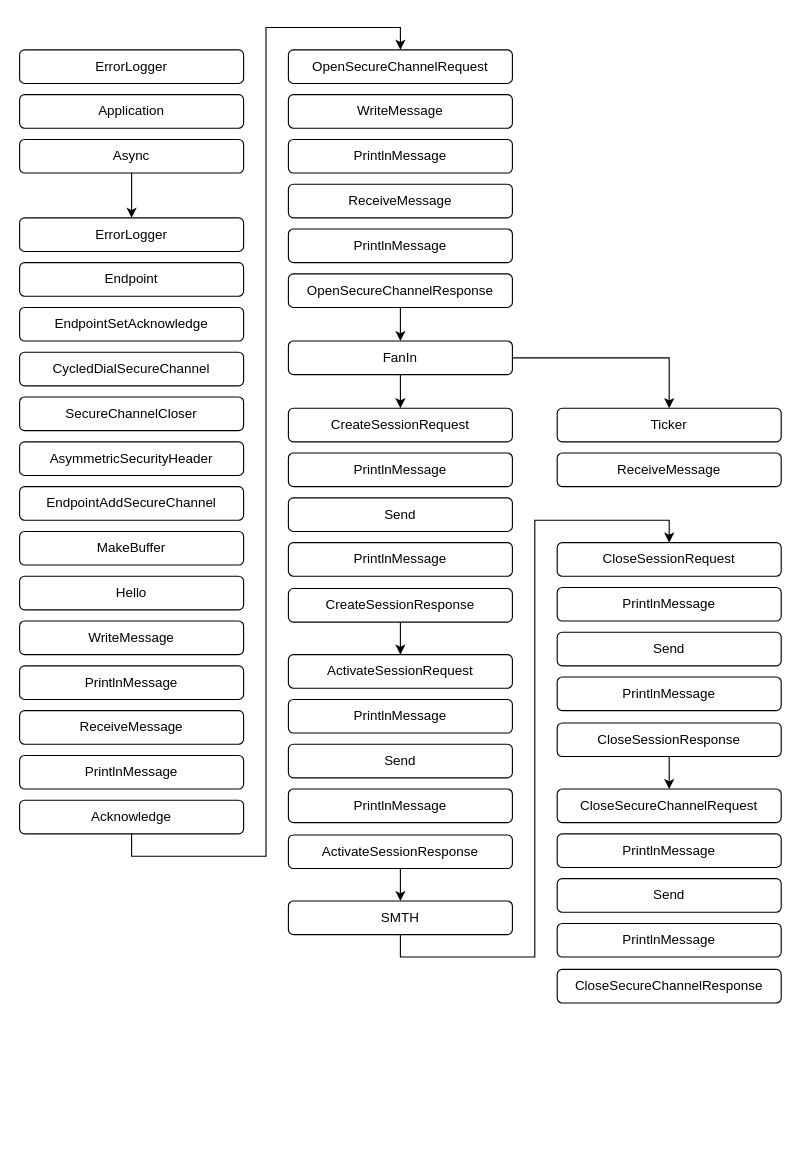
This is client-services.drawio from sergeichikan/app.diagrams.net, a draw.io file, before an edit. Source tidied: cells renumbered, new cells numbered last; positions are measured from the earlier drawing's top-left corner, leaving out a move shared by most shapes. Both pictures are drawn from the tidied source at 112%, with x=0, y=0 at pixel (19, 49).
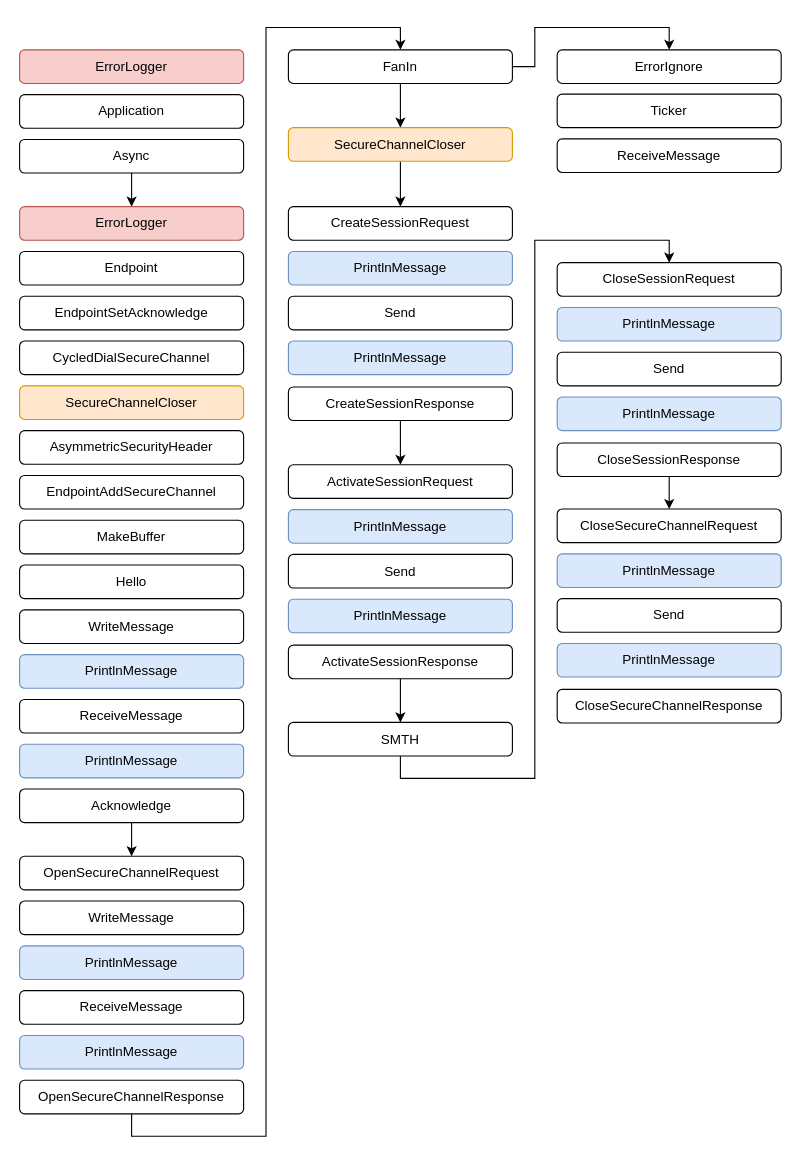
After the change.

The change refers to these unchanged cells:
```xml
<mxCell id="33" value="OpenSecureChannelResponse" style="rounded=1;whiteSpace=wrap;html=1;glass=0;shadow=0;" parent="27" vertex="1">
  <mxGeometry y="200" width="200" height="30" as="geometry" />
</mxCell>
<mxCell id="35" value="CreateSessionRequest" style="rounded=1;whiteSpace=wrap;html=1;glass=0;shadow=0;" parent="34" vertex="1">
  <mxGeometry width="200" height="30" as="geometry" />
</mxCell>
```

Change to the diagram source:
```diff
@@
-    <mxCell id="2" value="ErrorLogger" style="rounded=1;whiteSpace=wrap;html=1;" parent="1" vertex="1">
-      <mxGeometry width="200" height="30" as="geometry" />
-    </mxCell>
-    <mxCell id="3" value="Application" style="rounded=1;whiteSpace=wrap;html=1;" parent="1" vertex="1">
-      <mxGeometry y="40" width="200" height="30" as="geometry" />
-    </mxCell>
@@
-    <mxCell id="5" value="Async" style="rounded=1;whiteSpace=wrap;html=1;" parent="1" vertex="1">
-      <mxGeometry y="80" width="200" height="30" as="geometry" />
-    </mxCell>
@@
     <mxCell id="7" style="edgeStyle=orthogonalEdgeStyle;rounded=0;jettySize=auto;html=1;exitX=0.5;exitY=1;exitDx=0;exitDy=0;entryX=0.5;entryY=0;entryDx=0;entryDy=0;" parent="1" edge="1" source="33" target="10">
-      <mxGeometry relative="1" as="geometry" />
+      <mxGeometry relative="1" as="geometry">
+        <Array as="points">
+          <mxPoint x="100" y="970" />
+          <mxPoint x="220" y="970" />
+          <mxPoint x="220" y="-20" />
+          <mxPoint x="340" y="-20" />
+        </Array>
+      </mxGeometry>
     </mxCell>
-    <mxCell id="8" style="edgeStyle=orthogonalEdgeStyle;rounded=0;jettySize=auto;html=1;exitX=1;exitY=0.5;exitDx=0;exitDy=0;entryX=0.5;entryY=0;entryDx=0;entryDy=0;" parent="1" edge="1" source="10" target="41">
+    <mxCell id="8" style="edgeStyle=orthogonalEdgeStyle;rounded=0;jettySize=auto;html=1;exitX=1;exitY=0.5;exitDx=0;exitDy=0;entryX=0.5;entryY=0;entryDx=0;entryDy=0;" parent="1" edge="1" source="10" target="69">
       <mxGeometry relative="1" as="geometry" />
     </mxCell>
-    <mxCell id="9" style="edgeStyle=orthogonalEdgeStyle;rounded=0;jettySize=auto;html=1;exitX=0.5;exitY=1;exitDx=0;exitDy=0;entryX=0.5;entryY=0;entryDx=0;entryDy=0;" parent="1" edge="1" source="10" target="35">
+    <mxCell id="9" style="edgeStyle=orthogonalEdgeStyle;rounded=0;jettySize=auto;html=1;exitX=0.5;exitY=1;exitDx=0;exitDy=0;entryX=0.5;entryY=0;entryDx=0;entryDy=0;" parent="1" edge="1" source="10" target="66">
       <mxGeometry relative="1" as="geometry" />
     </mxCell>
     <mxCell id="10" value="FanIn" style="rounded=1;whiteSpace=wrap;html=1;glass=0;shadow=0;" parent="1" vertex="1">
-      <mxGeometry x="240" y="260" width="200" height="30" as="geometry" />
+      <mxGeometry x="240" width="200" height="30" as="geometry" />
     </mxCell>
@@
     <mxCell id="12" style="group;" parent="1" vertex="1">
-      <mxGeometry y="150" width="200" height="550" as="geometry" />
+      <mxGeometry y="140" width="200" height="550" as="geometry" />
     </mxCell>
-    <mxCell id="13" value="ErrorLogger" style="rounded=1;whiteSpace=wrap;html=1;" parent="12" vertex="1">
+    <mxCell id="13" value="ErrorLogger" style="rounded=1;whiteSpace=wrap;html=1;fillColor=#f8cecc;strokeColor=#b85450;" parent="12" vertex="1">
       <mxGeometry width="200" height="30" as="geometry" />
     </mxCell>
@@
-    <mxCell id="17" value="SecureChannelCloser" style="rounded=1;whiteSpace=wrap;html=1;glass=0;shadow=0;" parent="12" vertex="1">
+    <mxCell id="17" value="SecureChannelCloser" style="rounded=1;whiteSpace=wrap;html=1;glass=0;shadow=0;fillColor=#ffe6cc;strokeColor=#d79b00;" parent="12" vertex="1">
       <mxGeometry y="160" width="200" height="30" as="geometry" />
     </mxCell>
@@
-    <mxCell id="23" value="PrintlnMessage" style="rounded=1;whiteSpace=wrap;html=1;glass=0;shadow=0;" parent="12" vertex="1">
+    <mxCell id="23" value="PrintlnMessage" style="rounded=1;whiteSpace=wrap;html=1;glass=0;shadow=0;fillColor=#dae8fc;strokeColor=#6c8ebf;" parent="12" vertex="1">
       <mxGeometry y="400" width="200" height="30" as="geometry" />
     </mxCell>
@@
-    <mxCell id="25" value="PrintlnMessage" style="rounded=1;whiteSpace=wrap;html=1;glass=0;shadow=0;" parent="12" vertex="1">
+    <mxCell id="25" value="PrintlnMessage" style="rounded=1;whiteSpace=wrap;html=1;glass=0;shadow=0;fillColor=#dae8fc;strokeColor=#6c8ebf;" parent="12" vertex="1">
       <mxGeometry y="480" width="200" height="30" as="geometry" />
     </mxCell>
@@
     <mxCell id="27" style="group;" parent="1" vertex="1">
-      <mxGeometry x="240" width="200" height="230" as="geometry" />
+      <mxGeometry y="720" width="200" height="230" as="geometry" />
     </mxCell>
@@
-    <mxCell id="29" value="PrintlnMessage" style="rounded=1;whiteSpace=wrap;html=1;glass=0;shadow=0;" parent="27" vertex="1">
+    <mxCell id="29" value="PrintlnMessage" style="rounded=1;whiteSpace=wrap;html=1;glass=0;shadow=0;fillColor=#dae8fc;strokeColor=#6c8ebf;" parent="27" vertex="1">
       <mxGeometry y="80" width="200" height="30" as="geometry" />
     </mxCell>
@@
-    <mxCell id="31" value="PrintlnMessage" style="rounded=1;whiteSpace=wrap;html=1;glass=0;shadow=0;" parent="27" vertex="1">
+    <mxCell id="31" value="PrintlnMessage" style="rounded=1;whiteSpace=wrap;html=1;glass=0;shadow=0;fillColor=#dae8fc;strokeColor=#6c8ebf;" parent="27" vertex="1">
       <mxGeometry y="160" width="200" height="30" as="geometry" />
     </mxCell>
@@
     <mxCell id="34" style="group;" parent="1" vertex="1">
-      <mxGeometry x="240" y="320" width="200" height="191" as="geometry" />
+      <mxGeometry x="240" y="140" width="200" height="191" as="geometry" />
     </mxCell>
@@
-    <mxCell id="36" value="PrintlnMessage" style="rounded=1;whiteSpace=wrap;html=1;glass=0;shadow=0;" parent="34" vertex="1">
+    <mxCell id="36" value="PrintlnMessage" style="rounded=1;whiteSpace=wrap;html=1;glass=0;shadow=0;fillColor=#dae8fc;strokeColor=#6c8ebf;" parent="34" vertex="1">
       <mxGeometry y="40" width="200" height="30" as="geometry" />
     </mxCell>
@@
-    <mxCell id="38" value="PrintlnMessage" style="rounded=1;whiteSpace=wrap;html=1;glass=0;shadow=0;" parent="34" vertex="1">
+    <mxCell id="38" value="PrintlnMessage" style="rounded=1;whiteSpace=wrap;html=1;glass=0;shadow=0;fillColor=#dae8fc;strokeColor=#6c8ebf;" parent="34" vertex="1">
       <mxGeometry y="120" width="200" height="30" as="geometry" />
     </mxCell>
@@
-    <mxCell id="40" style="group;" parent="1" vertex="1">
-      <mxGeometry x="480" y="320" width="200" height="70" as="geometry" />
-    </mxCell>
-    <mxCell id="41" value="Ticker" style="rounded=1;whiteSpace=wrap;html=1;glass=0;shadow=0;" parent="40" vertex="1">
-      <mxGeometry width="200" height="30" as="geometry" />
-    </mxCell>
-    <mxCell id="42" value="ReceiveMessage" style="rounded=1;whiteSpace=wrap;html=1;glass=0;shadow=0;" parent="40" vertex="1">
-      <mxGeometry y="40" width="200" height="30" as="geometry" />
-    </mxCell>
     <mxCell id="43" style="group;" parent="1" vertex="1">
-      <mxGeometry x="240" y="540" width="200" height="191" as="geometry" />
+      <mxGeometry x="240" y="370.5" width="200" height="191" as="geometry" />
     </mxCell>
@@
-    <mxCell id="45" value="PrintlnMessage" style="rounded=1;whiteSpace=wrap;html=1;glass=0;shadow=0;" parent="43" vertex="1">
+    <mxCell id="45" value="PrintlnMessage" style="rounded=1;whiteSpace=wrap;html=1;glass=0;shadow=0;fillColor=#dae8fc;strokeColor=#6c8ebf;" parent="43" vertex="1">
       <mxGeometry y="40" width="200" height="30" as="geometry" />
     </mxCell>
@@
-    <mxCell id="47" value="PrintlnMessage" style="rounded=1;whiteSpace=wrap;html=1;glass=0;shadow=0;" parent="43" vertex="1">
+    <mxCell id="47" value="PrintlnMessage" style="rounded=1;whiteSpace=wrap;html=1;glass=0;shadow=0;fillColor=#dae8fc;strokeColor=#6c8ebf;" parent="43" vertex="1">
       <mxGeometry y="120" width="200" height="30" as="geometry" />
     </mxCell>
@@
     <mxCell id="50" value="SMTH" style="rounded=1;whiteSpace=wrap;html=1;glass=0;shadow=0;" parent="1" vertex="1">
-      <mxGeometry x="240" y="760" width="200" height="30" as="geometry" />
+      <mxGeometry x="240" y="600.5" width="200" height="30" as="geometry" />
     </mxCell>
     <mxCell id="51" style="group;" parent="1" vertex="1">
-      <mxGeometry x="480" y="440" width="200" height="191" as="geometry" />
+      <mxGeometry x="480" y="190" width="200" height="191" as="geometry" />
     </mxCell>
@@
-    <mxCell id="53" value="PrintlnMessage" style="rounded=1;whiteSpace=wrap;html=1;glass=0;shadow=0;" parent="51" vertex="1">
+    <mxCell id="53" value="PrintlnMessage" style="rounded=1;whiteSpace=wrap;html=1;glass=0;shadow=0;fillColor=#dae8fc;strokeColor=#6c8ebf;" parent="51" vertex="1">
       <mxGeometry y="40" width="200" height="30" as="geometry" />
     </mxCell>
@@
-    <mxCell id="55" value="PrintlnMessage" style="rounded=1;whiteSpace=wrap;html=1;glass=0;shadow=0;" parent="51" vertex="1">
+    <mxCell id="55" value="PrintlnMessage" style="rounded=1;whiteSpace=wrap;html=1;glass=0;shadow=0;fillColor=#dae8fc;strokeColor=#6c8ebf;" parent="51" vertex="1">
       <mxGeometry y="120" width="200" height="30" as="geometry" />
     </mxCell>
@@
     <mxCell id="58" style="group;" parent="1" vertex="1">
-      <mxGeometry x="480" y="660" width="200" height="191" as="geometry" />
+      <mxGeometry x="480" y="410" width="200" height="191" as="geometry" />
     </mxCell>
@@
-    <mxCell id="60" value="PrintlnMessage" style="rounded=1;whiteSpace=wrap;html=1;glass=0;shadow=0;" parent="58" vertex="1">
+    <mxCell id="60" value="PrintlnMessage" style="rounded=1;whiteSpace=wrap;html=1;glass=0;shadow=0;fillColor=#dae8fc;strokeColor=#6c8ebf;" parent="58" vertex="1">
       <mxGeometry y="40" width="200" height="30" as="geometry" />
     </mxCell>
@@
-    <mxCell id="62" value="PrintlnMessage" style="rounded=1;whiteSpace=wrap;html=1;glass=0;shadow=0;" parent="58" vertex="1">
+    <mxCell id="62" value="PrintlnMessage" style="rounded=1;whiteSpace=wrap;html=1;glass=0;shadow=0;fillColor=#dae8fc;strokeColor=#6c8ebf;" parent="58" vertex="1">
       <mxGeometry y="120" width="200" height="30" as="geometry" />
     </mxCell>
@@
+    <mxCell id="65" style="edgeStyle=orthogonalEdgeStyle;rounded=0;jettySize=auto;html=1;exitX=0.5;exitY=1;exitDx=0;exitDy=0;entryX=0.5;entryY=0;entryDx=0;entryDy=0;" parent="1" edge="1" source="66" target="35">
+      <mxGeometry relative="1" as="geometry" />
+    </mxCell>
+    <mxCell id="66" value="SecureChannelCloser" style="rounded=1;whiteSpace=wrap;html=1;glass=0;shadow=0;fillColor=#ffe6cc;strokeColor=#d79b00;" parent="1" vertex="1">
+      <mxGeometry x="240" y="69.5" width="200" height="30" as="geometry" />
+    </mxCell>
+    <mxCell id="67" style="group;" parent="1" vertex="1">
+      <mxGeometry width="200" height="110" as="geometry" />
+    </mxCell>
+    <mxCell id="2" value="ErrorLogger" style="rounded=1;whiteSpace=wrap;html=1;fillColor=#f8cecc;strokeColor=#b85450;" parent="67" vertex="1">
+      <mxGeometry width="200" height="30" as="geometry" />
+    </mxCell>
+    <mxCell id="3" value="Application" style="rounded=1;whiteSpace=wrap;html=1;" parent="67" vertex="1">
+      <mxGeometry y="40" width="200" height="30" as="geometry" />
+    </mxCell>
+    <mxCell id="5" value="Async" style="rounded=1;whiteSpace=wrap;html=1;" parent="67" vertex="1">
+      <mxGeometry y="80" width="200" height="30" as="geometry" />
+    </mxCell>
+    <mxCell id="68" style="group;" parent="1" vertex="1">
+      <mxGeometry x="480" width="200" height="109.5" as="geometry" />
+    </mxCell>
+    <mxCell id="41" value="Ticker" style="rounded=1;whiteSpace=wrap;html=1;glass=0;shadow=0;" parent="68" vertex="1">
+      <mxGeometry y="39.5" width="200" height="30" as="geometry" />
+    </mxCell>
+    <mxCell id="42" value="ReceiveMessage" style="rounded=1;whiteSpace=wrap;html=1;glass=0;shadow=0;" parent="68" vertex="1">
+      <mxGeometry y="79.5" width="200" height="30" as="geometry" />
+    </mxCell>
+    <mxCell id="69" value="ErrorIgnore" style="rounded=1;whiteSpace=wrap;html=1;glass=0;shadow=0;" parent="68" vertex="1">
+      <mxGeometry width="200" height="30" as="geometry" />
+    </mxCell>
```
